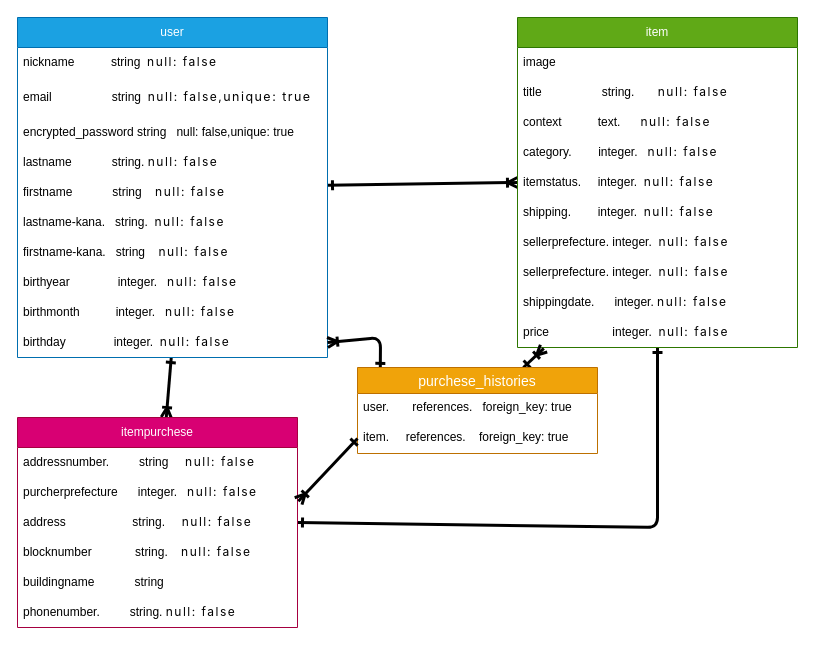
Earlier version of the draw.io diagram detabese.dio (firecomenntdo/furima-41438). Source tidied: cells renumbered, new cells numbered last; positions are measured from the earlier drawing's top-left corner, leaving out a move shared by most shapes. Both pictures are drawn from the tidied source at 100%, with x=0, y=0 at pixel (17, 17).
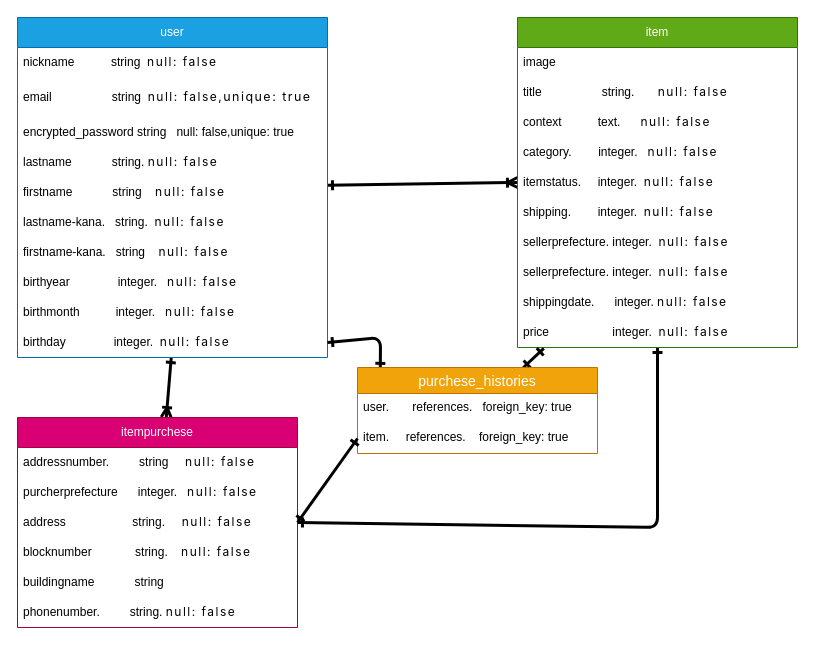
Above is the later version.

The change refers to these unchanged cells:
```xml
<mxCell id="14" value="birthday　　　　integer.&amp;nbsp;&amp;nbsp;&lt;span style=&quot;font-family: -apple-system, &amp;quot;system-ui&amp;quot;, &amp;quot;Noto Sans JP&amp;quot;, &amp;quot;Hiragino Sans&amp;quot;, &amp;quot;Hiragino Kaku Gothic ProN&amp;quot;, &amp;quot;segoe ui&amp;quot;, メイリオ, Meiryo, &amp;quot;ＭＳ Ｐゴシック&amp;quot;, &amp;quot;MS PGothic&amp;quot;, sans-serif; letter-spacing: 1.4952px;&quot;&gt;null: false&lt;/span&gt;" style="text;strokeColor=none;fillColor=none;align=left;verticalAlign=middle;spacingLeft=4;spacingRight=4;overflow=hidden;points=[[0,0.5],[1,0.5]];portConstraint=eastwest;whiteSpace=wrap;html=1;" parent="4" vertex="1">
  <mxGeometry y="310" width="310" height="30" as="geometry" />
</mxCell>
<mxCell id="26" value="price&amp;nbsp; &amp;nbsp; &amp;nbsp; &amp;nbsp; &amp;nbsp; &amp;nbsp; &amp;nbsp; &amp;nbsp; &amp;nbsp; &amp;nbsp;integer.&amp;nbsp;&amp;nbsp;&lt;span style=&quot;font-family: -apple-system, &amp;quot;system-ui&amp;quot;, &amp;quot;Noto Sans JP&amp;quot;, &amp;quot;Hiragino Sans&amp;quot;, &amp;quot;Hiragino Kaku Gothic ProN&amp;quot;, &amp;quot;segoe ui&amp;quot;, メイリオ, Meiryo, &amp;quot;ＭＳ Ｐゴシック&amp;quot;, &amp;quot;MS PGothic&amp;quot;, sans-serif; letter-spacing: 1.4952px;&quot;&gt;null: false&lt;/span&gt;" style="text;strokeColor=none;fillColor=none;align=left;verticalAlign=middle;spacingLeft=4;spacingRight=4;overflow=hidden;points=[[0,0.5],[1,0.5]];portConstraint=eastwest;whiteSpace=wrap;html=1;" parent="16" vertex="1">
  <mxGeometry y="300" width="280" height="30" as="geometry" />
</mxCell>
<mxCell id="29" value="purcherprefecture&amp;nbsp; &amp;nbsp; &amp;nbsp; integer.&amp;nbsp; &amp;nbsp;&lt;span style=&quot;font-family: -apple-system, &amp;quot;system-ui&amp;quot;, &amp;quot;Noto Sans JP&amp;quot;, &amp;quot;Hiragino Sans&amp;quot;, &amp;quot;Hiragino Kaku Gothic ProN&amp;quot;, &amp;quot;segoe ui&amp;quot;, メイリオ, Meiryo, &amp;quot;ＭＳ Ｐゴシック&amp;quot;, &amp;quot;MS PGothic&amp;quot;, sans-serif; letter-spacing: 1.4952px;&quot;&gt;null: false&lt;/span&gt;" style="text;strokeColor=none;fillColor=none;align=left;verticalAlign=middle;spacingLeft=4;spacingRight=4;overflow=hidden;points=[[0,0.5],[1,0.5]];portConstraint=eastwest;whiteSpace=wrap;html=1;" parent="27" vertex="1">
  <mxGeometry y="60" width="280" height="30" as="geometry" />
</mxCell>
<mxCell id="30" value="address&amp;nbsp; &amp;nbsp; &amp;nbsp; &amp;nbsp; &amp;nbsp; &amp;nbsp; &amp;nbsp; &amp;nbsp; &amp;nbsp; &amp;nbsp; string.&amp;nbsp; &amp;nbsp; &amp;nbsp;&lt;span style=&quot;font-family: -apple-system, &amp;quot;system-ui&amp;quot;, &amp;quot;Noto Sans JP&amp;quot;, &amp;quot;Hiragino Sans&amp;quot;, &amp;quot;Hiragino Kaku Gothic ProN&amp;quot;, &amp;quot;segoe ui&amp;quot;, メイリオ, Meiryo, &amp;quot;ＭＳ Ｐゴシック&amp;quot;, &amp;quot;MS PGothic&amp;quot;, sans-serif; letter-spacing: 1.4952px;&quot;&gt;null: false&lt;/span&gt;" style="text;strokeColor=none;fillColor=none;align=left;verticalAlign=middle;spacingLeft=4;spacingRight=4;overflow=hidden;points=[[0,0.5],[1,0.5]];portConstraint=eastwest;whiteSpace=wrap;html=1;fontSize=12;" parent="27" vertex="1">
  <mxGeometry y="90" width="280" height="30" as="geometry" />
</mxCell>
<mxCell id="36" value="purchese_histories" style="swimlane;fontStyle=0;horizontal=1;startSize=26;align=center;fontSize=14;fillColor=#f0a30a;fontColor=#FFFFFF;strokeColor=#BD7000;swimlaneFillColor=default;" parent="1" vertex="1">
  <mxGeometry x="340" y="350" width="240" height="86" as="geometry" />
</mxCell>
<mxCell id="38" value="item.     references.    foreign_key: true" style="text;strokeColor=none;fillColor=none;spacingLeft=4;spacingRight=4;overflow=hidden;points=[[0,0.5],[1,0.5]];portConstraint=eastwest;fontSize=12;" parent="36" vertex="1">
  <mxGeometry y="56" width="240" height="30" as="geometry" />
</mxCell>
```

Change to the diagram source:
```diff
@@
-    <mxCell id="34" style="edgeStyle=none;html=1;entryX=0.094;entryY=1.029;entryDx=0;entryDy=0;entryPerimeter=0;fontColor=#FFFFFF;strokeWidth=3;endArrow=ERoneToMany;endFill=0;startArrow=ERone;startFill=0;" parent="1" edge="1" source="36" target="26">
+    <mxCell id="34" style="edgeStyle=none;html=1;entryX=0.094;entryY=1.029;entryDx=0;entryDy=0;entryPerimeter=0;fontColor=#FFFFFF;strokeWidth=3;endArrow=ERone;endFill=0;startArrow=ERone;startFill=0;" parent="1" edge="1" source="36" target="26">
       <mxGeometry relative="1" as="geometry" />
     </mxCell>
-    <mxCell id="35" style="edgeStyle=none;html=1;entryX=1;entryY=0.5;entryDx=0;entryDy=0;strokeWidth=3;fontColor=#FFFFFF;startArrow=ERone;startFill=0;endArrow=ERoneToMany;endFill=0;exitX=0.095;exitY=0.01;exitDx=0;exitDy=0;exitPerimeter=0;" parent="1" edge="1" source="36" target="14">
+    <mxCell id="35" style="edgeStyle=none;html=1;entryX=1;entryY=0.5;entryDx=0;entryDy=0;strokeWidth=3;fontColor=#FFFFFF;startArrow=ERone;startFill=0;endArrow=ERone;endFill=0;exitX=0.095;exitY=0.01;exitDx=0;exitDy=0;exitPerimeter=0;" parent="1" edge="1" source="36" target="14">
       <mxGeometry relative="1" as="geometry">
         <Array as="points">
           <mxPoint x="363" y="320" />
         </Array>
       </mxGeometry>
     </mxCell>
@@
-    <mxCell id="39" style="edgeStyle=none;html=1;exitX=0;exitY=0.5;exitDx=0;exitDy=0;entryX=1.003;entryY=0.789;entryDx=0;entryDy=0;entryPerimeter=0;startArrow=ERone;startFill=0;endArrow=ERoneToMany;endFill=0;strokeWidth=3;" parent="1" edge="1" source="38" target="29">
+    <mxCell id="39" style="edgeStyle=none;html=1;exitX=0;exitY=0.5;exitDx=0;exitDy=0;entryX=1;entryY=0.5;entryDx=0;entryDy=0;startArrow=ERone;startFill=0;endArrow=ERone;endFill=0;strokeWidth=3;" parent="1" edge="1" source="38" target="30">
       <mxGeometry relative="1" as="geometry" />
     </mxCell>
```
